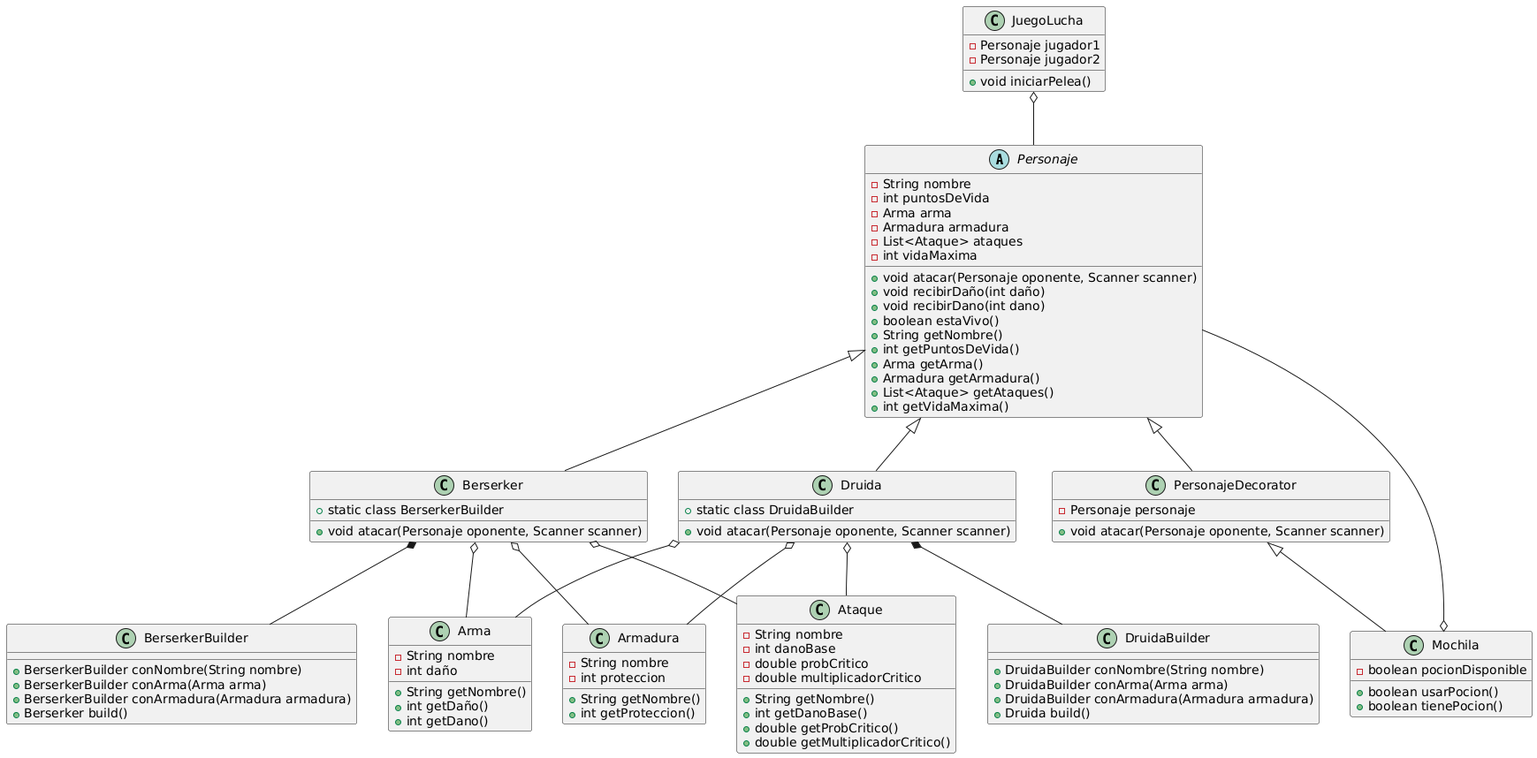
This is Diagrama JuegoLucha.png from Jupamohi2/JuegoLucha, a PlantUML export, as it was before one commit.
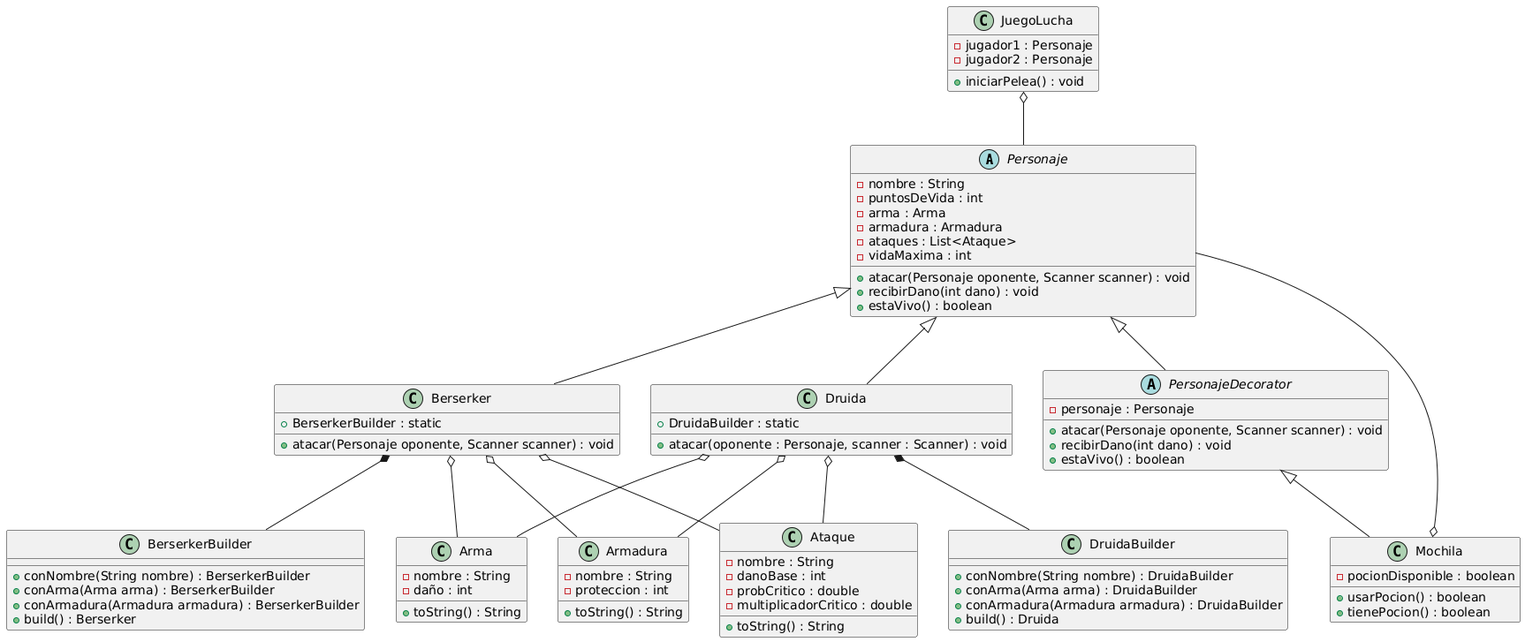
After the commit.

Commit message:
Arreglé el diagrama

The edit, as a diff of the source:
```diff
@@ -1,79 +1,68 @@
 @startuml
 abstract class Personaje {
-    - String nombre
-    - int puntosDeVida
-    - Arma arma
-    - Armadura armadura
-    - List<Ataque> ataques
-    - int vidaMaxima
-    + void atacar(Personaje oponente, Scanner scanner)
-    + void recibirDaño(int daño)
-    + void recibirDano(int dano)
-    + boolean estaVivo()
-    + String getNombre()
-    + int getPuntosDeVida()
-    + Arma getArma()
-    + Armadura getArmadura()
-    + List<Ataque> getAtaques()
-    + int getVidaMaxima()
+    - nombre : String
+    - puntosDeVida : int
+    - arma : Arma
+    - armadura : Armadura
+    - ataques : List<Ataque>
+    - vidaMaxima : int
+    + atacar(Personaje oponente, Scanner scanner) : void
+    + recibirDano(int dano) : void
+    + estaVivo() : boolean
 }
 
 class Berserker {
-    + void atacar(Personaje oponente, Scanner scanner)
-    + static class BerserkerBuilder
+    + atacar(Personaje oponente, Scanner scanner) : void
+    + BerserkerBuilder : static
 }
 class BerserkerBuilder {
-    + BerserkerBuilder conNombre(String nombre)
-    + BerserkerBuilder conArma(Arma arma)
-    + BerserkerBuilder conArmadura(Armadura armadura)
-    + Berserker build()
+    + conNombre(String nombre) : BerserkerBuilder
+    + conArma(Arma arma) : BerserkerBuilder
+    + conArmadura(Armadura armadura) : BerserkerBuilder
+    + build() : Berserker
 }
 class Druida {
-    + void atacar(Personaje oponente, Scanner scanner)
-    + static class DruidaBuilder
+    + atacar(oponente : Personaje, scanner : Scanner) : void
+    + DruidaBuilder : static
 }
 class DruidaBuilder {
-    + DruidaBuilder conNombre(String nombre)
-    + DruidaBuilder conArma(Arma arma)
-    + DruidaBuilder conArmadura(Armadura armadura)
-    + Druida build()
+    + conNombre(String nombre) : DruidaBuilder
+    + conArma(Arma arma) : DruidaBuilder
+    + conArmadura(Armadura armadura) : DruidaBuilder
+    + build() : Druida
 }
 class Arma {
-    - String nombre
-    - int daño
-    + String getNombre()
-    + int getDaño()
-    + int getDano()
+    - nombre : String
+    - daño : int
+    + toString() : String
 }
 class Armadura {
-    - String nombre
-    - int proteccion
-    + String getNombre()
-    + int getProteccion()
+    - nombre : String
+    - proteccion : int
+    + toString() : String
 }
 class Ataque {
-    - String nombre
-    - int danoBase
-    - double probCritico
-    - double multiplicadorCritico
-    + String getNombre()
-    + int getDanoBase()
-    + double getProbCritico()
-    + double getMultiplicadorCritico()
+    - nombre : String
+    - danoBase : int
+    - probCritico : double
+    - multiplicadorCritico : double
+    + toString() : String
 }
-class PersonajeDecorator {
-    - Personaje personaje
-    + void atacar(Personaje oponente, Scanner scanner)
+abstract class PersonajeDecorator {
+    - personaje : Personaje
+    + atacar(Personaje oponente, Scanner scanner) : void
+    + recibirDano(int dano) : void
+    + estaVivo() : boolean
 }
 class Mochila {
-    - boolean pocionDisponible
-    + boolean usarPocion()
-    + boolean tienePocion()
+    - pocionDisponible : boolean
+    + usarPocion() : boolean
+    + tienePocion() : boolean
 }
 class JuegoLucha {
-    - Personaje jugador1
-    - Personaje jugador2
-    + void iniciarPelea()
+    - jugador1 : Personaje
+    - jugador2 : Personaje
+    + iniciarPelea() : void
 }
 
 Personaje <|-- Berserker
```
